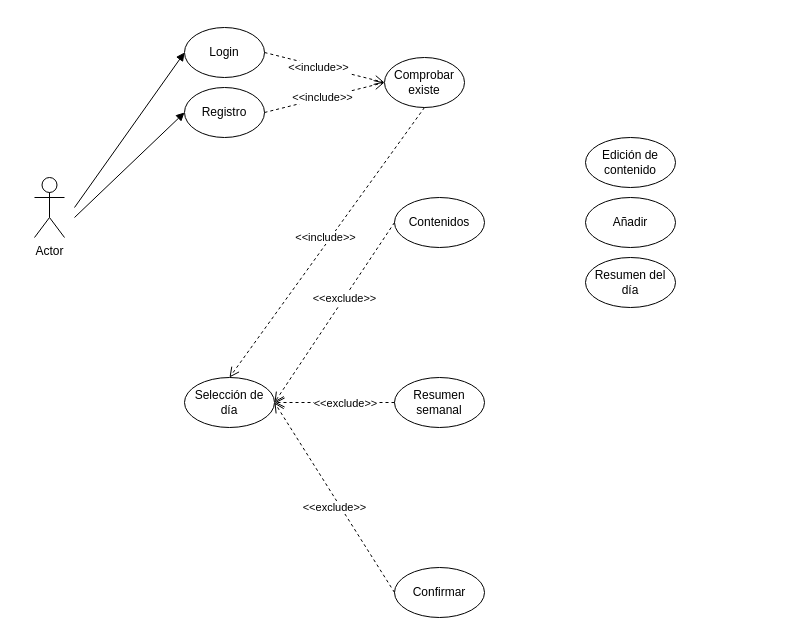
Before: dokumentazioa/garapen_inguruneak/ErabileraDiagrama.drawio in PetaldoiPorramador/SunsetCinema, a draw.io diagram. Source tidied: cells renumbered, new cells numbered last; positions are measured from the earlier drawing's top-left corner, leaving out a move shared by most shapes. Both pictures are drawn from the tidied source at 100%, with x=0, y=0 at pixel (34, 27).
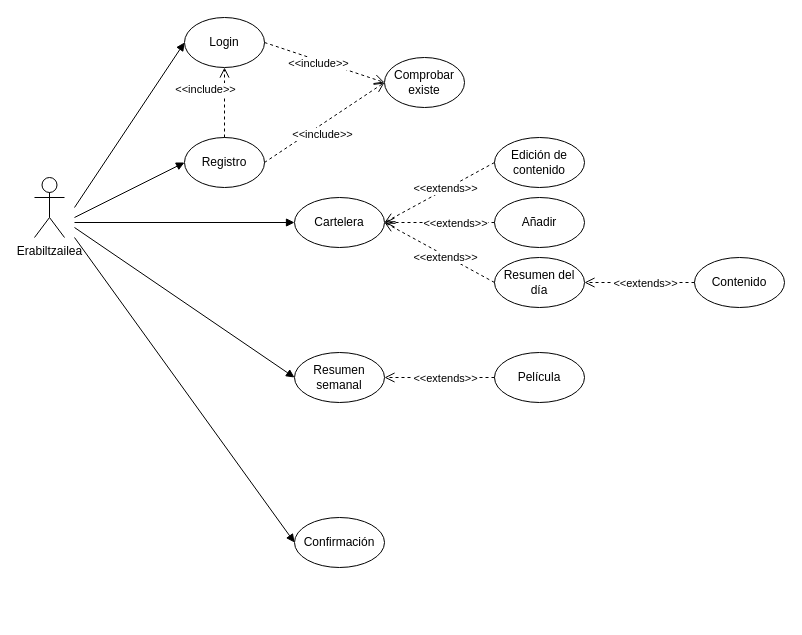
Above is the later version.

The change refers to these unchanged cells:
```xml
<mxCell id="4" value="Comprobar existe" style="ellipse;whiteSpace=wrap;html=1;" parent="1" vertex="1">
  <mxGeometry x="350" y="30" width="80" height="50" as="geometry" />
</mxCell>
```

What changed in the source:
```diff
@@
-    <mxCell id="2" value="Actor" style="shape=umlActor;verticalLabelPosition=bottom;verticalAlign=top;html=1;" parent="1" vertex="1">
+    <mxCell id="2" value="Erabiltzailea" style="shape=umlActor;verticalLabelPosition=bottom;verticalAlign=top;html=1;" parent="1" vertex="1">
       <mxGeometry y="150" width="30" height="60" as="geometry" />
     </mxCell>
     <mxCell id="3" value="Login" style="ellipse;whiteSpace=wrap;html=1;" parent="1" vertex="1">
-      <mxGeometry x="150" width="80" height="50" as="geometry" />
+      <mxGeometry x="150" y="-10" width="80" height="50" as="geometry" />
     </mxCell>
@@
     <mxCell id="5" value="Registro" style="ellipse;whiteSpace=wrap;html=1;" parent="1" vertex="1">
-      <mxGeometry x="150" y="60" width="80" height="50" as="geometry" />
+      <mxGeometry x="150" y="110" width="80" height="50" as="geometry" />
     </mxCell>
@@
-    <mxCell id="10" value="Selección de día" style="ellipse;whiteSpace=wrap;html=1;" parent="1" vertex="1">
-      <mxGeometry x="150" y="350" width="90" height="50" as="geometry" />
-    </mxCell>
-    <mxCell id="11" value="Contenidos" style="ellipse;whiteSpace=wrap;html=1;" parent="1" vertex="1">
-      <mxGeometry x="360" y="170" width="90" height="50" as="geometry" />
+    <mxCell id="11" value="Cartelera" style="ellipse;whiteSpace=wrap;html=1;" parent="1" vertex="1">
+      <mxGeometry x="260" y="170" width="90" height="50" as="geometry" />
     </mxCell>
     <mxCell id="12" value="Resumen semanal" style="ellipse;whiteSpace=wrap;html=1;" parent="1" vertex="1">
-      <mxGeometry x="360" y="350" width="90" height="50" as="geometry" />
+      <mxGeometry x="260" y="325" width="90" height="50" as="geometry" />
     </mxCell>
-    <mxCell id="13" value="Confirmar" style="ellipse;whiteSpace=wrap;html=1;" parent="1" vertex="1">
-      <mxGeometry x="360" y="540" width="90" height="50" as="geometry" />
+    <mxCell id="13" value="Confirmación" style="ellipse;whiteSpace=wrap;html=1;" parent="1" vertex="1">
+      <mxGeometry x="260" y="490" width="90" height="50" as="geometry" />
     </mxCell>
     <mxCell id="14" value="Edición de contenido" style="ellipse;whiteSpace=wrap;html=1;" parent="1" vertex="1">
-      <mxGeometry x="551" y="110" width="90" height="50" as="geometry" />
+      <mxGeometry x="460" y="110" width="90" height="50" as="geometry" />
     </mxCell>
     <mxCell id="15" value="Añadir" style="ellipse;whiteSpace=wrap;html=1;" parent="1" vertex="1">
-      <mxGeometry x="551" y="170" width="90" height="50" as="geometry" />
+      <mxGeometry x="460" y="170" width="90" height="50" as="geometry" />
     </mxCell>
     <mxCell id="16" value="Resumen del día" style="ellipse;whiteSpace=wrap;html=1;" parent="1" vertex="1">
-      <mxGeometry x="551" y="230" width="90" height="50" as="geometry" />
+      <mxGeometry x="460" y="230" width="90" height="50" as="geometry" />
     </mxCell>
-    <mxCell id="17" style="html=1;verticalAlign=bottom;endArrow=open;dashed=1;endSize=8;rounded=0;exitX=0.5;exitY=1;exitDx=0;exitDy=0;entryX=0.5;entryY=0;entryDx=0;entryDy=0;" parent="1" edge="1" source="4" target="10">
-      <mxGeometry x="0.98" y="-138" relative="1" as="geometry" />
-    </mxCell>
-    <mxCell id="18" value="&amp;lt;&amp;lt;include&amp;gt;&amp;gt;" style="edgeLabel;html=1;align=center;verticalAlign=middle;" parent="17" vertex="1">
-      <mxGeometry x="-0.46" relative="1" as="geometry">
-        <mxPoint x="-47" y="57" as="offset" />
-      </mxGeometry>
-    </mxCell>
-    <mxCell id="19" style="html=1;verticalAlign=bottom;endArrow=open;dashed=1;endSize=8;rounded=0;exitX=0;exitY=0.5;exitDx=0;exitDy=0;entryX=1;entryY=0.5;entryDx=0;entryDy=0;" parent="1" edge="1" source="11" target="10">
-      <mxGeometry x="0.98" y="-138" relative="1" as="geometry" />
-    </mxCell>
-    <mxCell id="20" value="&amp;lt;&amp;lt;exclude&amp;gt;&amp;gt;" style="edgeLabel;html=1;align=center;verticalAlign=middle;" parent="19" vertex="1">
-      <mxGeometry x="-0.46" relative="1" as="geometry">
-        <mxPoint x="-18" y="27" as="offset" />
-      </mxGeometry>
-    </mxCell>
-    <mxCell id="21" style="html=1;verticalAlign=bottom;endArrow=open;dashed=1;endSize=8;rounded=0;exitX=0;exitY=0.5;exitDx=0;exitDy=0;entryX=1;entryY=0.5;entryDx=0;entryDy=0;" parent="1" edge="1" source="12" target="10">
-      <mxGeometry x="0.98" y="-138" relative="1" as="geometry" />
-    </mxCell>
-    <mxCell id="22" value="&amp;lt;&amp;lt;exclude&amp;gt;&amp;gt;" style="edgeLabel;html=1;align=center;verticalAlign=middle;" parent="21" vertex="1">
-      <mxGeometry x="-0.46" relative="1" as="geometry">
-        <mxPoint x="-18" as="offset" />
-      </mxGeometry>
-    </mxCell>
-    <mxCell id="23" style="html=1;verticalAlign=bottom;endArrow=open;dashed=1;endSize=8;rounded=0;exitX=0;exitY=0.5;exitDx=0;exitDy=0;entryX=1;entryY=0.5;entryDx=0;entryDy=0;" parent="1" edge="1" source="13" target="10">
-      <mxGeometry x="0.98" y="-138" relative="1" as="geometry" />
-    </mxCell>
-    <mxCell id="24" value="&amp;lt;&amp;lt;exclude&amp;gt;&amp;gt;" style="edgeLabel;html=1;align=center;verticalAlign=middle;" parent="23" vertex="1">
-      <mxGeometry x="-0.46" relative="1" as="geometry">
-        <mxPoint x="-28" y="-34" as="offset" />
-      </mxGeometry>
-    </mxCell>
@@
+    <mxCell id="27" style="html=1;verticalAlign=bottom;endArrow=open;dashed=1;endSize=8;rounded=0;exitX=0.5;exitY=0;exitDx=0;exitDy=0;entryX=0.5;entryY=1;entryDx=0;entryDy=0;" parent="1" edge="1" source="5" target="3">
+      <mxGeometry x="-0.07" y="-1" relative="1" as="geometry" />
+    </mxCell>
+    <mxCell id="18" value="&amp;lt;&amp;lt;include&amp;gt;&amp;gt;" style="edgeLabel;html=1;align=center;verticalAlign=middle;" parent="27" vertex="1">
+      <mxGeometry x="0.25" y="-1" relative="1" as="geometry">
+        <mxPoint x="-21" y="-5" as="offset" />
+      </mxGeometry>
+    </mxCell>
+    <mxCell id="28" style="html=1;verticalAlign=bottom;endArrow=block;rounded=0;entryX=0;entryY=0.5;entryDx=0;entryDy=0;" parent="1" edge="1" target="11">
+      <mxGeometry relative="1" as="geometry">
+        <mxPoint x="40" y="195" as="sourcePoint" />
+      </mxGeometry>
+    </mxCell>
+    <mxCell id="29" style="html=1;verticalAlign=bottom;endArrow=block;rounded=0;entryX=0;entryY=0.5;entryDx=0;entryDy=0;" parent="1" edge="1" target="12">
+      <mxGeometry relative="1" as="geometry">
+        <mxPoint x="40" y="200" as="sourcePoint" />
+      </mxGeometry>
+    </mxCell>
+    <mxCell id="30" style="html=1;verticalAlign=bottom;endArrow=block;rounded=0;entryX=0;entryY=0.5;entryDx=0;entryDy=0;" parent="1" edge="1" target="13">
+      <mxGeometry relative="1" as="geometry">
+        <mxPoint x="40" y="210" as="sourcePoint" />
+      </mxGeometry>
+    </mxCell>
+    <mxCell id="31" value="Contenido" style="ellipse;whiteSpace=wrap;html=1;" parent="1" vertex="1">
+      <mxGeometry x="660" y="230" width="90" height="50" as="geometry" />
+    </mxCell>
+    <mxCell id="32" value="Película" style="ellipse;whiteSpace=wrap;html=1;" parent="1" vertex="1">
+      <mxGeometry x="460" y="325" width="90" height="50" as="geometry" />
+    </mxCell>
+    <mxCell id="33" style="html=1;verticalAlign=bottom;endArrow=open;dashed=1;endSize=8;rounded=0;exitX=0;exitY=0.5;exitDx=0;exitDy=0;entryX=1;entryY=0.5;entryDx=0;entryDy=0;" parent="1" edge="1" source="32" target="12">
+      <mxGeometry x="0.98" y="-138" relative="1" as="geometry" />
+    </mxCell>
+    <mxCell id="34" value="&amp;lt;&amp;lt;extends&amp;gt;&amp;gt;" style="edgeLabel;html=1;align=center;verticalAlign=middle;" parent="33" vertex="1">
+      <mxGeometry x="-0.46" relative="1" as="geometry">
+        <mxPoint x="-20" as="offset" />
+      </mxGeometry>
+    </mxCell>
+    <mxCell id="35" style="html=1;verticalAlign=bottom;endArrow=open;dashed=1;endSize=8;rounded=0;exitX=0;exitY=0.5;exitDx=0;exitDy=0;entryX=1;entryY=0.5;entryDx=0;entryDy=0;" parent="1" edge="1" source="31" target="16">
+      <mxGeometry x="0.98" y="-138" relative="1" as="geometry" />
+    </mxCell>
+    <mxCell id="36" value="&amp;lt;&amp;lt;extends&amp;gt;&amp;gt;" style="edgeLabel;html=1;align=center;verticalAlign=middle;" parent="35" vertex="1">
+      <mxGeometry x="-0.46" relative="1" as="geometry">
+        <mxPoint x="-20" as="offset" />
+      </mxGeometry>
+    </mxCell>
+    <mxCell id="37" style="html=1;verticalAlign=bottom;endArrow=open;dashed=1;endSize=8;rounded=0;exitX=0;exitY=0.5;exitDx=0;exitDy=0;entryX=1;entryY=0.5;entryDx=0;entryDy=0;" parent="1" edge="1" source="16" target="11">
+      <mxGeometry x="0.98" y="-138" relative="1" as="geometry" />
+    </mxCell>
+    <mxCell id="38" value="&amp;lt;&amp;lt;extends&amp;gt;&amp;gt;" style="edgeLabel;html=1;align=center;verticalAlign=middle;" parent="37" vertex="1">
+      <mxGeometry x="-0.46" relative="1" as="geometry">
+        <mxPoint x="-20" y="-9" as="offset" />
+      </mxGeometry>
+    </mxCell>
+    <mxCell id="39" style="html=1;verticalAlign=bottom;endArrow=open;dashed=1;endSize=8;rounded=0;exitX=0;exitY=0.5;exitDx=0;exitDy=0;entryX=1;entryY=0.5;entryDx=0;entryDy=0;" parent="1" edge="1" source="15" target="11">
+      <mxGeometry x="0.98" y="-138" relative="1" as="geometry" />
+    </mxCell>
+    <mxCell id="40" value="&amp;lt;&amp;lt;extends&amp;gt;&amp;gt;" style="edgeLabel;html=1;align=center;verticalAlign=middle;" parent="39" vertex="1">
+      <mxGeometry x="-0.46" relative="1" as="geometry">
+        <mxPoint x="-10" as="offset" />
+      </mxGeometry>
+    </mxCell>
+    <mxCell id="41" style="html=1;verticalAlign=bottom;endArrow=open;dashed=1;endSize=8;rounded=0;exitX=0;exitY=0.5;exitDx=0;exitDy=0;entryX=1;entryY=0.5;entryDx=0;entryDy=0;" parent="1" edge="1" source="14" target="11">
+      <mxGeometry x="0.98" y="-138" relative="1" as="geometry" />
+    </mxCell>
+    <mxCell id="42" value="&amp;lt;&amp;lt;extends&amp;gt;&amp;gt;" style="edgeLabel;html=1;align=center;verticalAlign=middle;" parent="41" vertex="1">
+      <mxGeometry x="-0.46" relative="1" as="geometry">
+        <mxPoint x="-20" y="9" as="offset" />
+      </mxGeometry>
+    </mxCell>
```
